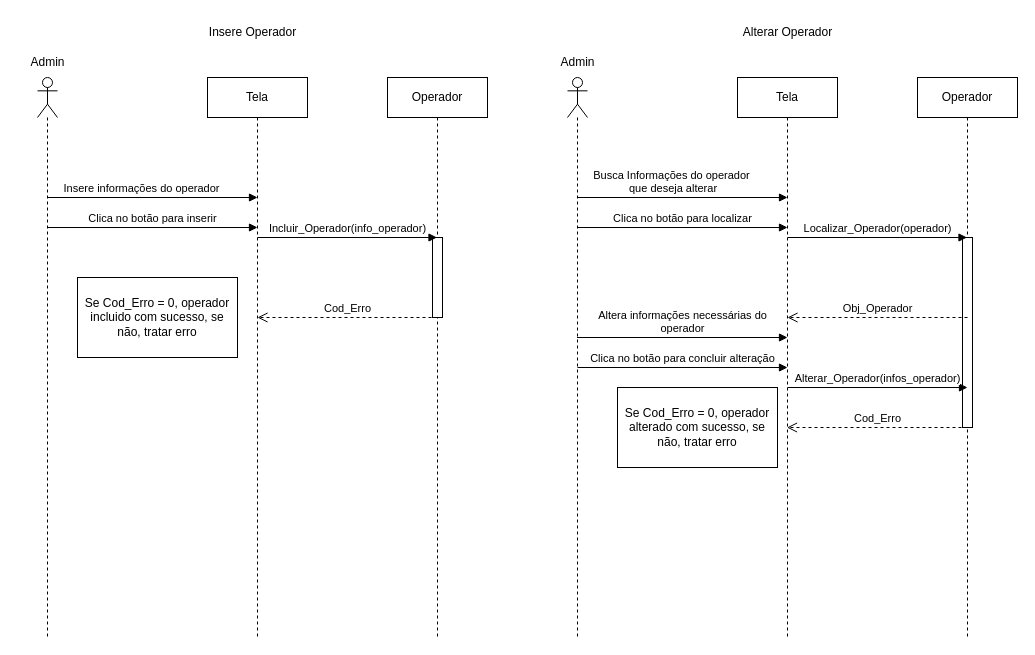
The draw.io diagram Diagrama sem nome.drawio in Felipe-Dudek/Aula_UML, before the edit. Source tidied: cells renumbered, new cells numbered last; positions are measured from the earlier drawing's top-left corner, leaving out a move shared by most shapes. Both pictures are drawn from the tidied source at 100%, with x=0, y=0 at pixel (17, 17).
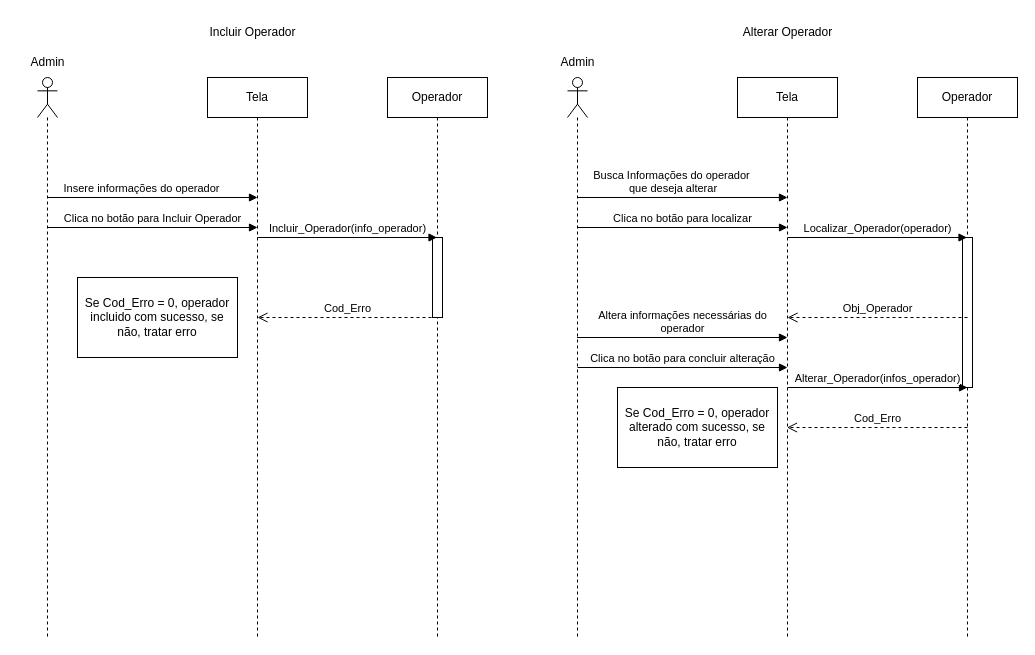
After the change.

Unchanged cells that the change refers to:
```xml
<mxCell id="9" style="shape=umlLifeline;perimeter=lifelinePerimeter;whiteSpace=wrap;html=1;outlineConnect=0;portConstraint=eastwest;newEdgeStyle={&quot;curved&quot;:0,&quot;rounded&quot;:0};participant=umlActor;" parent="1" vertex="1">
  <mxGeometry x="20" y="60" width="20" height="560" as="geometry" />
</mxCell>
<mxCell id="14" value="Operador" style="shape=umlLifeline;perimeter=lifelinePerimeter;whiteSpace=wrap;html=1;outlineConnect=0;portConstraint=eastwest;newEdgeStyle={&quot;edgeStyle&quot;:&quot;elbowEdgeStyle&quot;,&quot;elbow&quot;:&quot;vertical&quot;,&quot;curved&quot;:0,&quot;rounded&quot;:0};" parent="1" vertex="1">
  <mxGeometry x="900" y="60" width="100" height="560" as="geometry" />
</mxCell>
```

Change to the diagram source:
```diff
@@
-    <mxCell id="2" value="Insere Operador" style="text;html=1;align=center;verticalAlign=middle;strokeColor=none;fillColor=none;" parent="1" vertex="1">
+    <mxCell id="2" value="Incluir Operador" style="text;html=1;align=center;verticalAlign=middle;strokeColor=none;fillColor=none;" parent="1" vertex="1">
       <mxGeometry x="180" width="110" height="30" as="geometry" />
     </mxCell>
@@
-    <mxCell id="8" value="Clica no botão para inserir" style="html=1;verticalAlign=bottom;endArrow=block;curved=0;rounded=0;" parent="1" edge="1" source="9">
+    <mxCell id="8" value="Clica no botão para Incluir Operador" style="html=1;verticalAlign=bottom;endArrow=block;curved=0;rounded=0;" parent="1" edge="1" source="9">
       <mxGeometry relative="1" as="geometry">
         <mxPoint x="240" y="210" as="targetPoint" />
       </mxGeometry>
     </mxCell>
@@
     <mxCell id="15" style="html=1;perimeter=orthogonalPerimeter;targetShapes=umlLifeline;newEdgeStyle={&quot;curved&quot;:0,&quot;rounded&quot;:0};" parent="14" vertex="1">
-      <mxGeometry x="45" y="160" width="10" height="190" as="geometry" />
+      <mxGeometry x="45" y="160" width="10" height="150" as="geometry" />
     </mxCell>
```
